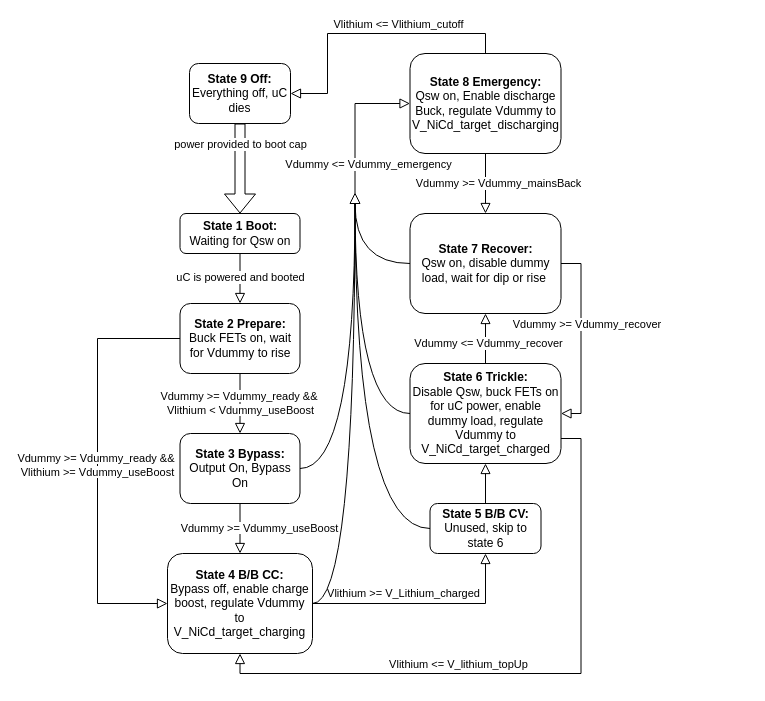
The draw.io diagram 202IntefaceFlowchart.drawio in BStainthorpe/Flowcharts, before the edit. Source tidied: cells renumbered, new cells numbered last; positions are measured from the earlier drawing's top-left corner, leaving out a move shared by most shapes. Both pictures are drawn from the tidied source at 100%, with x=0, y=0 at pixel (97, 33).
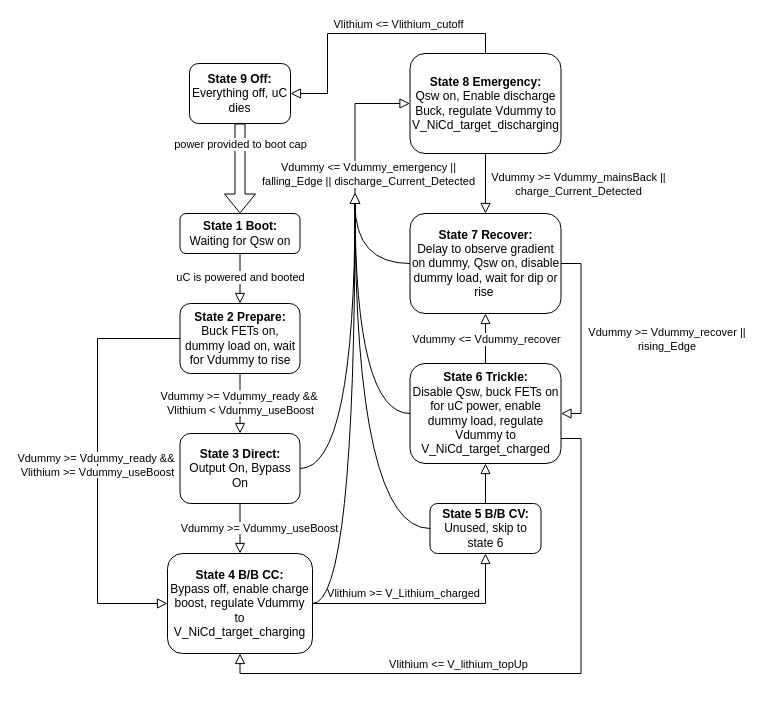
Above is the later version.

The change refers to these unchanged cells:
```xml
<mxCell id="21" style="rounded=0;html=1;jettySize=auto;fontSize=11;endArrow=block;endFill=0;endSize=8;strokeWidth=1;shadow=0;labelBackgroundColor=none;edgeStyle=orthogonalEdgeStyle;entryX=0;entryY=0.5;entryDx=0;entryDy=0;exitX=1;exitY=0.5;exitDx=0;exitDy=0;" parent="1" edge="1" source="15" target="20">
  <mxGeometry x="0.04" y="20" relative="1" as="geometry" />
</mxCell>
<mxCell id="29" style="rounded=0;html=1;jettySize=auto;fontSize=11;endArrow=block;endFill=0;endSize=8;strokeWidth=1;shadow=0;labelBackgroundColor=none;edgeStyle=orthogonalEdgeStyle;entryX=0.5;entryY=0;entryDx=0;entryDy=0;exitX=0.5;exitY=1;exitDx=0;exitDy=0;" parent="1" edge="1" source="20" target="14">
  <mxGeometry x="0.04" y="20" relative="1" as="geometry" />
</mxCell>
<mxCell id="31" style="rounded=0;html=1;jettySize=auto;fontSize=11;endArrow=block;endFill=0;endSize=8;strokeWidth=1;shadow=0;labelBackgroundColor=none;edgeStyle=orthogonalEdgeStyle;entryX=1;entryY=0.5;entryDx=0;entryDy=0;exitX=1;exitY=0.5;exitDx=0;exitDy=0;" parent="1" edge="1" source="14" target="12">
  <mxGeometry x="0.04" y="20" relative="1" as="geometry" />
</mxCell>
<mxCell id="33" style="rounded=0;html=1;jettySize=auto;fontSize=11;endArrow=block;endFill=0;endSize=8;strokeWidth=1;shadow=0;labelBackgroundColor=none;edgeStyle=orthogonalEdgeStyle;entryX=0.5;entryY=1;entryDx=0;entryDy=0;exitX=0.5;exitY=0;exitDx=0;exitDy=0;" parent="1" edge="1" source="12" target="14">
  <mxGeometry x="0.04" y="20" relative="1" as="geometry" />
</mxCell>
```

What changed in the source:
```diff
@@
-    <mxCell id="7" value="&lt;b&gt;State 2 Prepare:&lt;/b&gt;&lt;div&gt;Buck FETs on, wait for Vdummy to rise&lt;/div&gt;" style="rounded=1;whiteSpace=wrap;html=1;fontSize=12;glass=0;strokeWidth=1;shadow=0;" parent="1" vertex="1">
+    <mxCell id="7" value="&lt;b&gt;State 2 Prepare:&lt;/b&gt;&lt;div&gt;Buck FETs on, dummy load on, wait for Vdummy to rise&lt;/div&gt;" style="rounded=1;whiteSpace=wrap;html=1;fontSize=12;glass=0;strokeWidth=1;shadow=0;" parent="1" vertex="1">
       <mxGeometry x="82.5" y="270" width="120" height="70" as="geometry" />
     </mxCell>
-    <mxCell id="8" value="&lt;b&gt;State 3 Bypass:&lt;/b&gt;&lt;div&gt;Output On, Bypass On&lt;/div&gt;" style="rounded=1;whiteSpace=wrap;html=1;fontSize=12;glass=0;strokeWidth=1;shadow=0;" parent="1" vertex="1">
+    <mxCell id="8" value="&lt;b&gt;State 3 Direct:&lt;/b&gt;&lt;div&gt;Output On, Bypass On&lt;/div&gt;" style="rounded=1;whiteSpace=wrap;html=1;fontSize=12;glass=0;strokeWidth=1;shadow=0;" parent="1" vertex="1">
       <mxGeometry x="82.5" y="400" width="120" height="70" as="geometry" />
     </mxCell>
@@
-    <mxCell id="14" value="&lt;b&gt;State 7 Recover:&lt;/b&gt;&lt;div&gt;Qsw on, disable dummy load, wait for dip or rise&amp;nbsp;&lt;/div&gt;" style="rounded=1;whiteSpace=wrap;html=1;fontSize=12;glass=0;strokeWidth=1;shadow=0;" parent="1" vertex="1">
+    <mxCell id="14" value="&lt;b&gt;State 7 Recover:&lt;/b&gt;&lt;div&gt;Delay to observe gradient on dummy, Qsw on, disable dummy load, wait for dip or rise&amp;nbsp;&lt;br&gt;&lt;/div&gt;" style="rounded=1;whiteSpace=wrap;html=1;fontSize=12;glass=0;strokeWidth=1;shadow=0;" parent="1" vertex="1">
       <mxGeometry x="312.5" y="180" width="151" height="100" as="geometry" />
     </mxCell>
@@
-    <mxCell id="22" value="Vdummy &amp;lt;= Vdummy_emergency" style="edgeLabel;html=1;align=center;verticalAlign=middle;" parent="21" vertex="1">
+    <mxCell id="22" value="Vdummy &amp;lt;= Vdummy_emergency ||&lt;div&gt;falling_Edge || discharge_Current_Detected&lt;/div&gt;" style="edgeLabel;html=1;align=center;verticalAlign=middle;" parent="21" vertex="1">
       <mxGeometry x="-0.09" relative="1" as="geometry">
-        <mxPoint x="13" y="36" as="offset" />
+        <mxPoint x="13" y="46" as="offset" />
       </mxGeometry>
     </mxCell>
@@
-    <mxCell id="30" value="Vdummy &amp;gt;= Vdummy_mainsBack" style="edgeLabel;html=1;align=center;verticalAlign=middle;" parent="29" vertex="1">
+    <mxCell id="30" value="Vdummy &amp;gt;= Vdummy_mainsBack ||&lt;div&gt;charge_Current_Detected&lt;/div&gt;" style="edgeLabel;html=1;align=center;verticalAlign=middle;" parent="29" vertex="1">
       <mxGeometry x="-0.09" relative="1" as="geometry">
-        <mxPoint x="12" y="2" as="offset" />
+        <mxPoint x="92" y="3" as="offset" />
       </mxGeometry>
     </mxCell>
@@
-    <mxCell id="32" value="Vdummy &amp;gt;= Vdummy_recover&amp;nbsp;" style="edgeLabel;html=1;align=center;verticalAlign=middle;" parent="31" vertex="1">
+    <mxCell id="32" value="Vdummy &amp;gt;= Vdummy_recover ||&amp;nbsp;&lt;div&gt;rising_Edge&amp;nbsp;&lt;/div&gt;" style="edgeLabel;html=1;align=center;verticalAlign=middle;" parent="31" vertex="1">
       <mxGeometry x="-0.09" relative="1" as="geometry">
-        <mxPoint x="7" y="-6" as="offset" />
+        <mxPoint x="87" y="9" as="offset" />
       </mxGeometry>
     </mxCell>
@@
     <mxCell id="34" value="Vdummy &amp;lt;= Vdummy_recover" style="edgeLabel;html=1;align=center;verticalAlign=middle;" parent="33" vertex="1">
       <mxGeometry x="-0.09" relative="1" as="geometry">
-        <mxPoint x="2" y="2" as="offset" />
+        <mxPoint y="-2" as="offset" />
       </mxGeometry>
     </mxCell>
```
